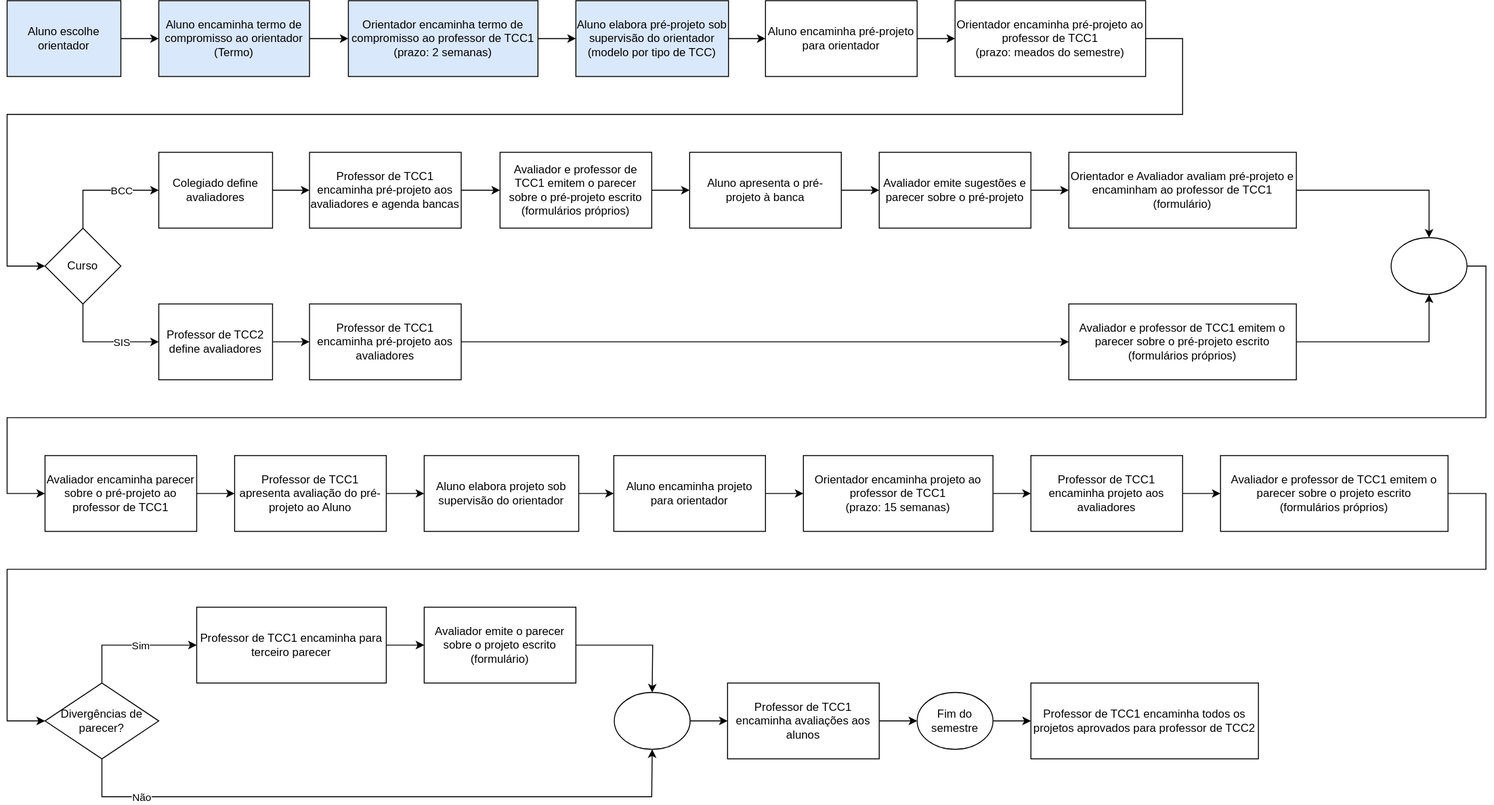
Earlier version of the draw.io export cronogramaFluxograma.drawio.svg (dalton-reis/disciplina_TCC1_Privado). Source tidied: cells renumbered, new cells last; positions are measured from the earlier drawing's top-left corner, leaving out a move shared by most shapes.
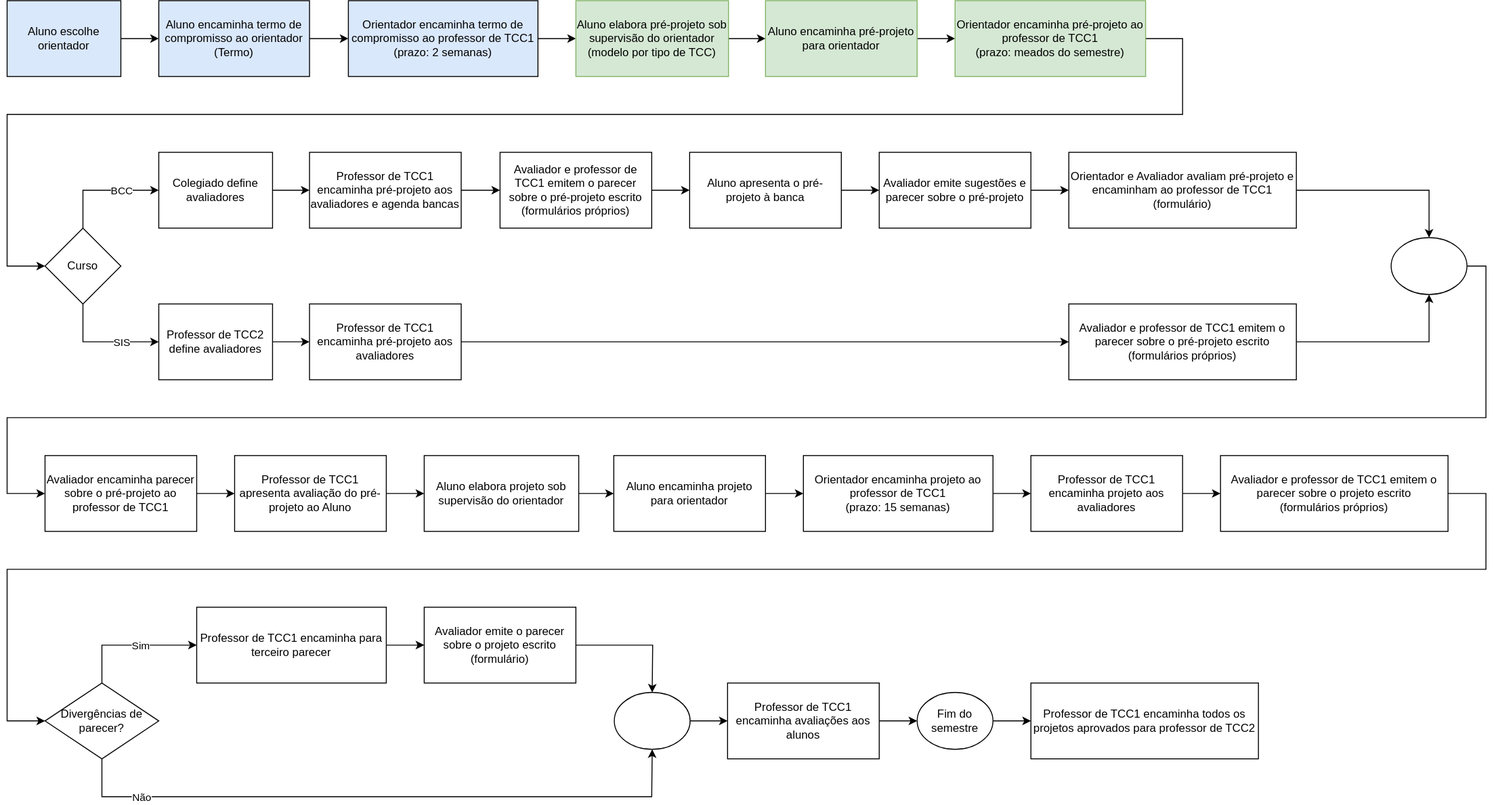
The same file after the commit.

The edit, as a diff of the source:
```diff
@@ -23,13 +23,13 @@
     <mxCell id="8" style="edgeStyle=orthogonalEdgeStyle;rounded=0;jettySize=auto;html=1;strokeColor=#000000;fontColor=#000000;fillColor=#dae8fc;" parent="1" edge="1" source="9" target="11">
       <mxGeometry relative="1" as="geometry" />
     </mxCell>
-    <mxCell id="9" value="Aluno elabora pré-projeto sob supervisão do orientador&lt;br&gt;(modelo por tipo de TCC)" style="whiteSpace=wrap;html=1;fillColor=#DAE8FC;strokeColor=#000000;" parent="1" vertex="1">
+    <mxCell id="9" value="Aluno elabora pré-projeto sob supervisão do orientador&lt;br&gt;(modelo por tipo de TCC)" style="whiteSpace=wrap;html=1;fillColor=#d5e8d4;strokeColor=#82b366;" parent="1" vertex="1">
       <mxGeometry x="600" width="161" height="80" as="geometry" />
     </mxCell>
     <mxCell id="10" style="edgeStyle=orthogonalEdgeStyle;rounded=0;jettySize=auto;html=1;fillColor=#d5e8d4;strokeColor=#000000;fontColor=#000000;" parent="1" edge="1" source="11" target="13">
       <mxGeometry relative="1" as="geometry" />
     </mxCell>
-    <mxCell id="11" value="Aluno encaminha pré-projeto para orientador" style="whiteSpace=wrap;html=1;fillColor=none;strokeColor=#000000;" parent="1" vertex="1">
+    <mxCell id="11" value="Aluno encaminha pré-projeto para orientador" style="whiteSpace=wrap;html=1;fillColor=#d5e8d4;strokeColor=#82b366;" parent="1" vertex="1">
       <mxGeometry x="800" width="160" height="80" as="geometry" />
     </mxCell>
     <mxCell id="12" style="edgeStyle=orthogonalEdgeStyle;rounded=0;jettySize=auto;html=1;fontColor=#000000;" parent="1" edge="1" source="13" target="18">
@@ -42,7 +42,7 @@
         </Array>
       </mxGeometry>
     </mxCell>
-    <mxCell id="13" value="Orientador encaminha pré-projeto ao professor de TCC1&lt;br&gt;(prazo: meados do semestre)" style="whiteSpace=wrap;html=1;fillColor=none;strokeColor=#000000;" parent="1" vertex="1">
+    <mxCell id="13" value="Orientador encaminha pré-projeto ao professor de TCC1&lt;br&gt;(prazo: meados do semestre)" style="whiteSpace=wrap;html=1;fillColor=#d5e8d4;strokeColor=#82b366;" parent="1" vertex="1">
       <mxGeometry x="1000" width="201" height="80" as="geometry" />
     </mxCell>
     <mxCell id="14" style="edgeStyle=orthogonalEdgeStyle;rounded=0;jettySize=auto;html=1;entryX=0;entryY=0.5;entryDx=0;entryDy=0;exitX=0.5;exitY=0;exitDx=0;exitDy=0;fontColor=#000000;" parent="1" edge="1" source="18" target="20">
```
